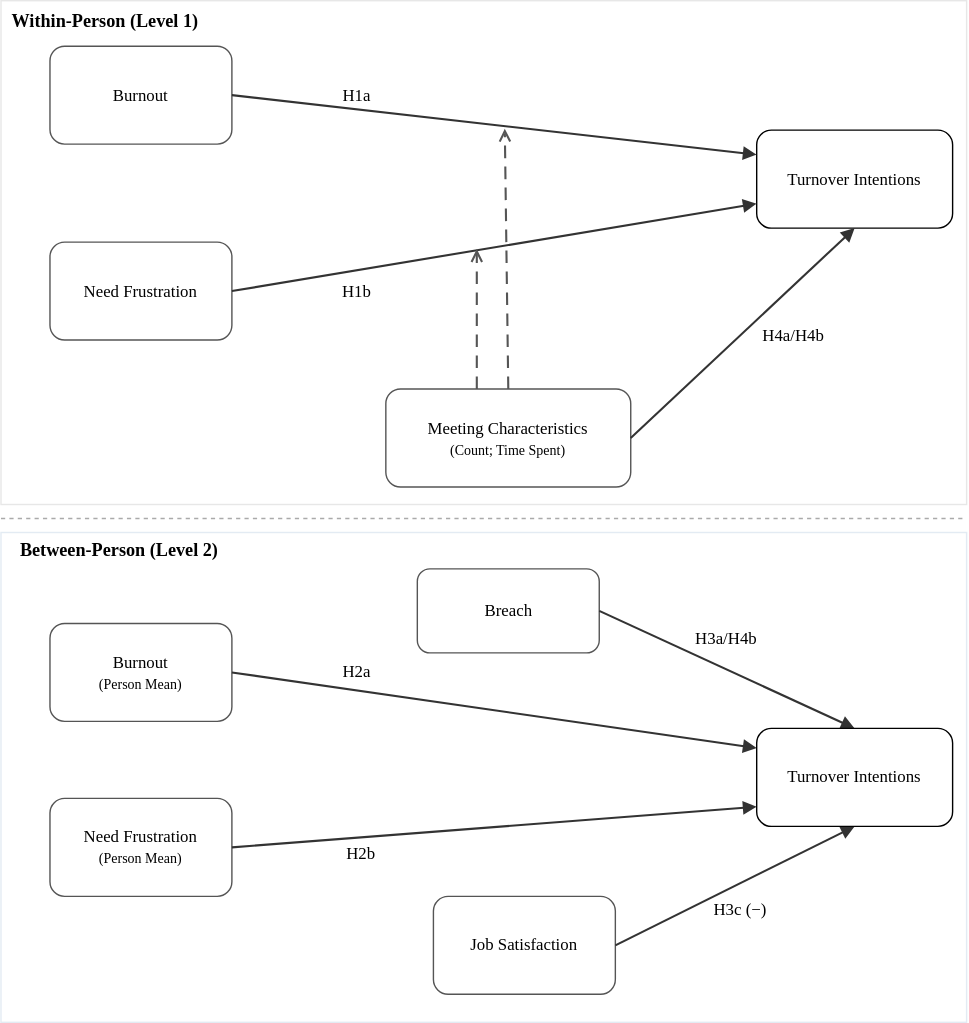
datasci-iopsy/dkg-phd-thesis keeps this draw.io diagram as images/thesis-research-model.svg. Above is the earlier version. Source tidied: cells renumbered, new cells last; positions are measured from the earlier drawing's top-left corner, leaving out a move shared by most shapes.
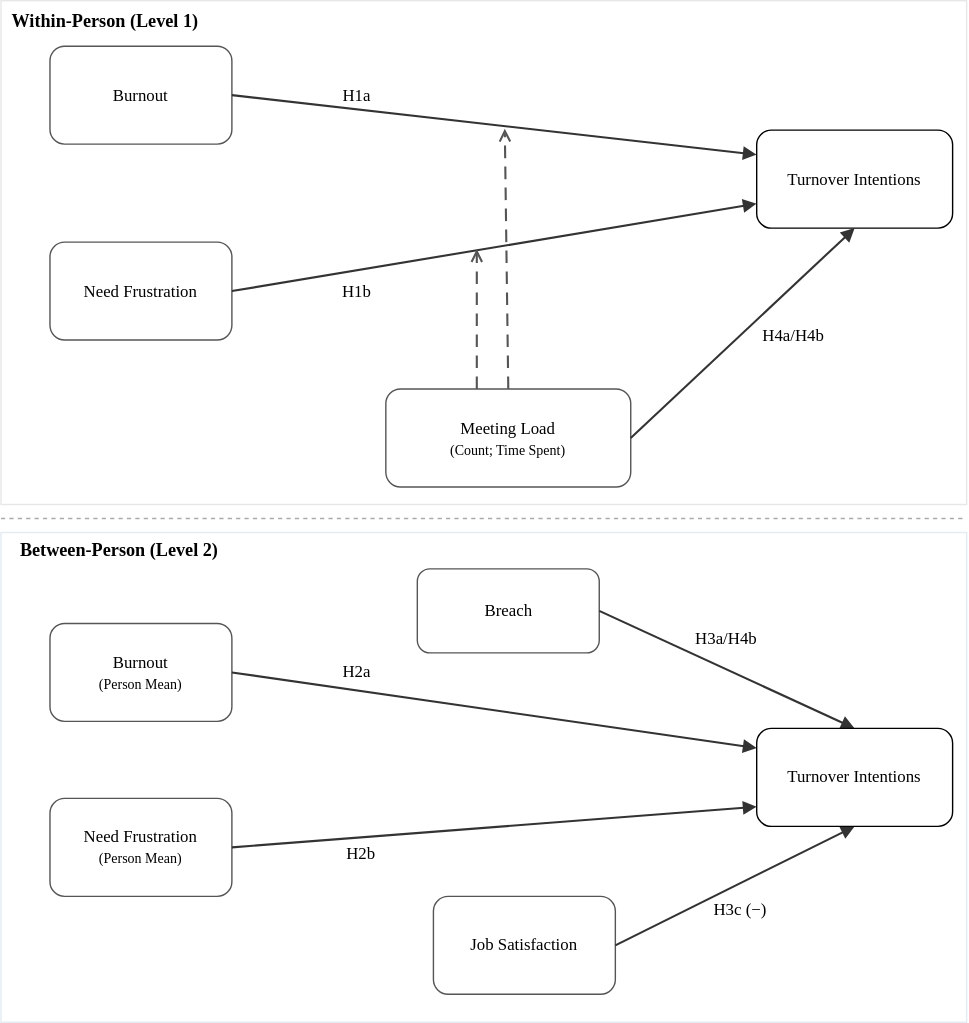
The same file after the commit.

Commit message:
Change language from "meeting characteristics" to "meeting load"

What changed in the source:
```diff
@@ -14,7 +14,7 @@
     <mxCell id="5" value="Need Frustration" style="rounded=1;whiteSpace=wrap;html=1;fillColor=#ffffff;strokeColor=#555555;fontSize=12;fontFamily=Times New Roman;" parent="1" vertex="1">
       <mxGeometry x="35" y="172.5" width="130" height="70" as="geometry" />
     </mxCell>
-    <mxCell id="6" value="Meeting Characteristics&lt;br&gt;&lt;font style=&quot;font-size: 10px;&quot;&gt;(Count; Time Spent)&lt;/font&gt;" style="rounded=1;whiteSpace=wrap;html=1;fillColor=#ffffff;strokeColor=#555555;fontSize=12;fontFamily=Times New Roman;" parent="1" vertex="1">
+    <mxCell id="6" value="Meeting Load&lt;br&gt;&lt;font style=&quot;font-size: 10px;&quot;&gt;(Count; Time Spent)&lt;/font&gt;" style="rounded=1;whiteSpace=wrap;html=1;fillColor=#ffffff;strokeColor=#555555;fontSize=12;fontFamily=Times New Roman;" parent="1" vertex="1">
       <mxGeometry x="275" y="277.5" width="175" height="70" as="geometry" />
     </mxCell>
     <mxCell id="7" value="Turnover Intentions" style="rounded=1;whiteSpace=wrap;html=1;fontSize=12;fontFamily=Times New Roman;" parent="1" vertex="1">
```
